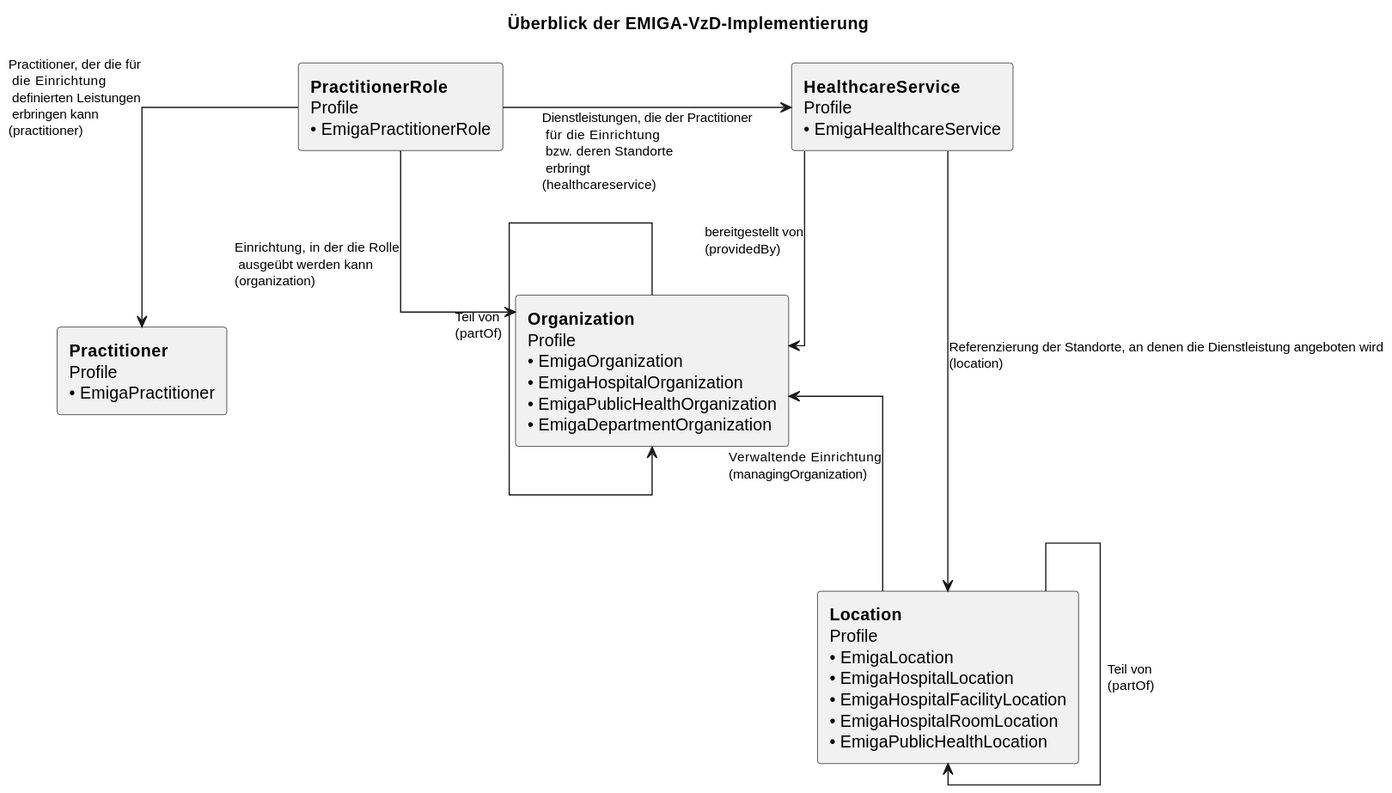
This is rki.emiga.vzd/guides/implementationguides.vzd/PlantUML/SVGs/EINRVOverview.svg from robert-koch-institut/rki.emiga.vzd, a PlantUML export, as it was before one commit.
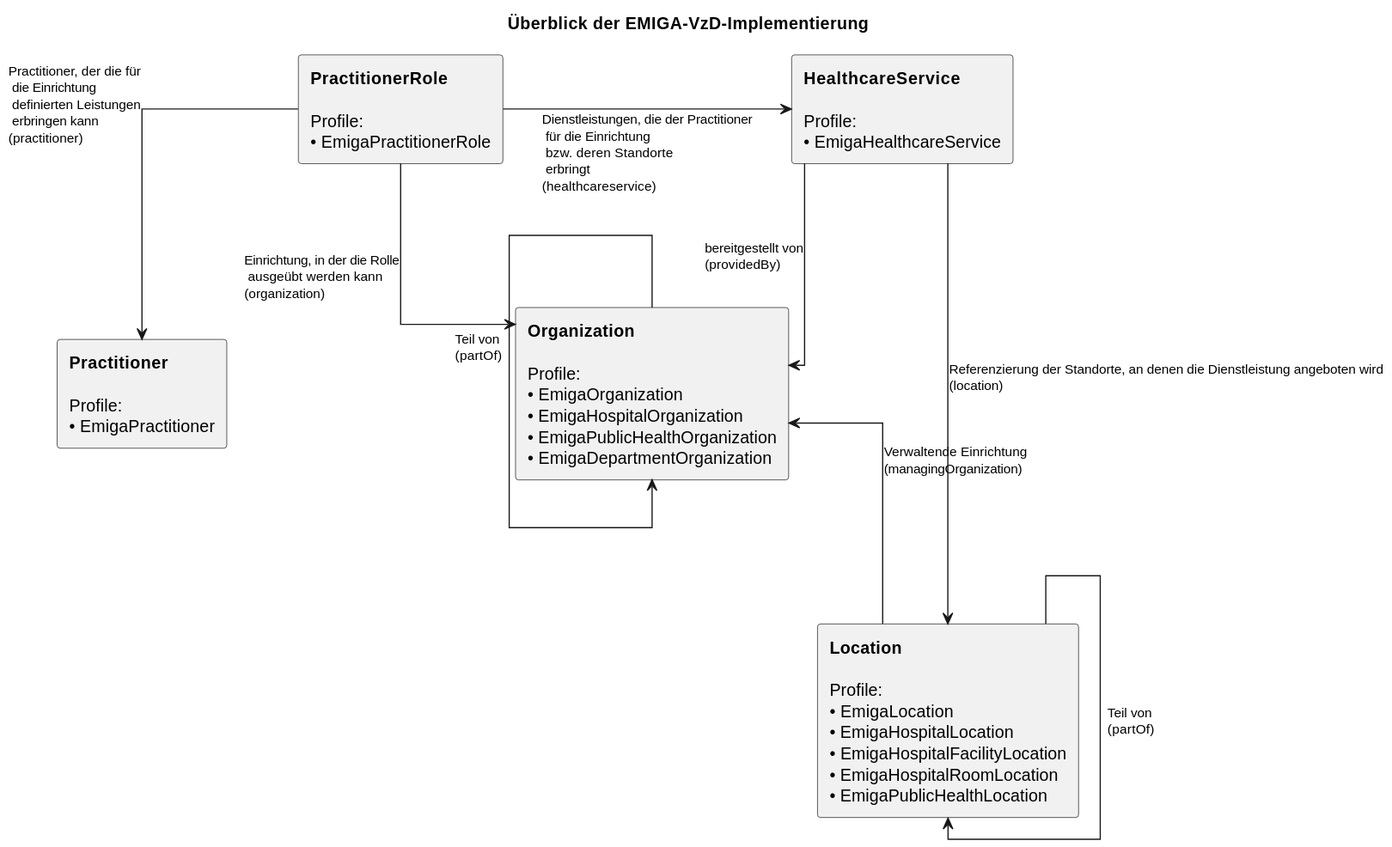
After the change.

Commit message:
doc: adjust diagram

What changed in the source:
```diff
@@ -13,15 +13,15 @@
 skinparam ArrowFontSize 11
 
 
-rectangle "**Organization**\nProfile\n• EmigaOrganization\n• EmigaHospitalOrganization\n• EmigaPublicHealthOrganization\n• EmigaDepartmentOrganization" as Organization
+rectangle "**Organization**\n\nProfile:\n• EmigaOrganization\n• EmigaHospitalOrganization\n• EmigaPublicHealthOrganization\n• EmigaDepartmentOrganization" as Organization
 
-rectangle "**Location**\nProfile\n• EmigaLocation\n• EmigaHospitalLocation\n• EmigaHospitalFacilityLocation\n• EmigaHospitalRoomLocation\n• EmigaPublicHealthLocation" as Location
+rectangle "**Location**\n\nProfile:\n• EmigaLocation\n• EmigaHospitalLocation\n• EmigaHospitalFacilityLocation\n• EmigaHospitalRoomLocation\n• EmigaPublicHealthLocation" as Location
 
-rectangle "**Practitioner**\nProfile\n• EmigaPractitioner" as Practitioner
+rectangle "**Practitioner**\n\nProfile:\n• EmigaPractitioner" as Practitioner
 
-rectangle "**PractitionerRole**\nProfile\n• EmigaPractitionerRole" as PractitionerRole
+rectangle "**PractitionerRole**\n\nProfile:\n• EmigaPractitionerRole" as PractitionerRole
 
-rectangle "**HealthcareService**\nProfile\n• EmigaHealthcareService" as HealthcareService
+rectangle "**HealthcareService**\n\nProfile:\n• EmigaHealthcareService" as HealthcareService
 
 
 
@@ -32,15 +32,15 @@
 
 Organization -down-> Organization : Teil von\n(partOf)
 
-Location -up-> Organization : Verwaltende Organisation\n(managingOrganization)
+Location -up-> Organization : Verwaltende Einrichtung\n(managingOrganization)
 
 Location --> Location : Teil von\n(partOf)
 
-PractitionerRole --> Organization : Organisation, in der die Rolle\n ausgeübt werden kann\n(organization)
+PractitionerRole --> Organization : Einrichtung, in der die Rolle\n ausgeübt werden kann\n(organization)
 
-PractitionerRole --> Practitioner : Practitioner, der die für\n die Organisation\n definierten Leistungen\n erbringen kann\n(practitioner)
+PractitionerRole --> Practitioner : Practitioner, der die für\n die Einrichtung\n definierten Leistungen\n erbringen kann\n(practitioner)
 
-PractitionerRole -right-> HealthcareService : Dienstleistungen, die der Practitioner\n für die Organisation\n bzw. deren Standorte\n erbringt\n(healthcareservice)
+PractitionerRole -right-> HealthcareService : Dienstleistungen, die der Practitioner\n für die Einrichtung\n bzw. deren Standorte\n erbringt\n(healthcareservice)
 
 HealthcareService --> Organization : bereitgestellt von\n(providedBy)
 
```
